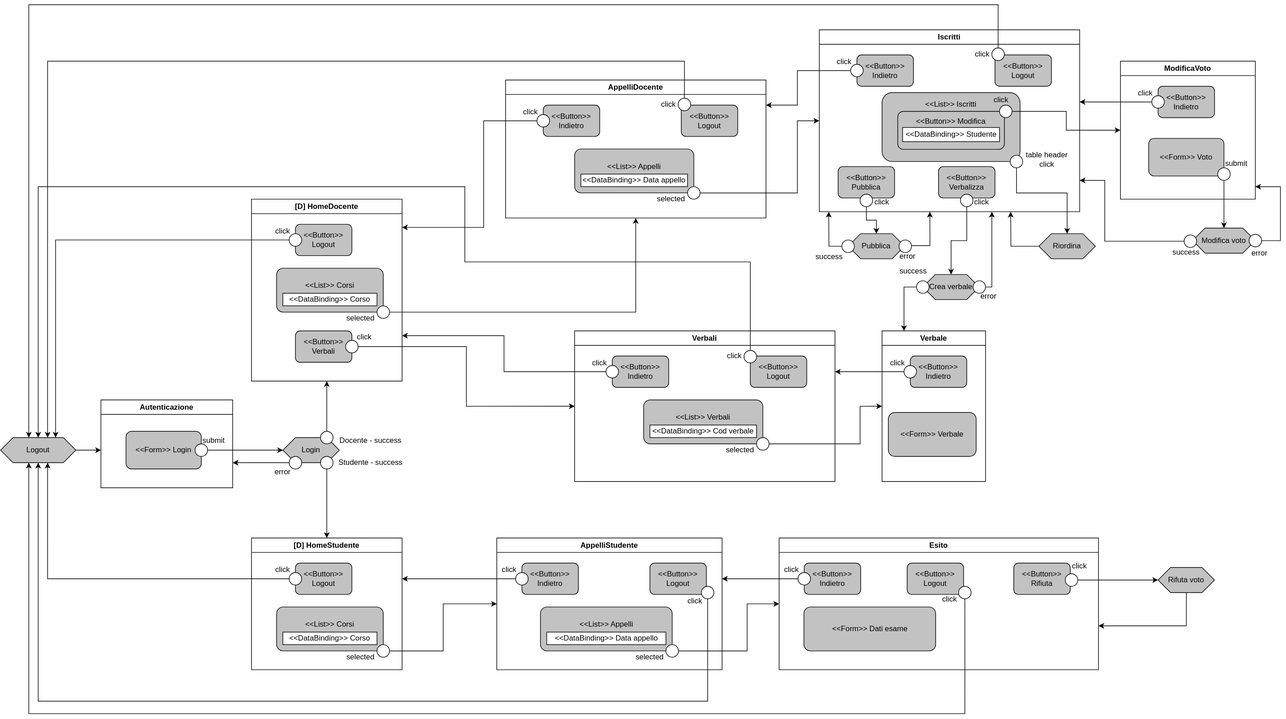
Before: Diagramma IFML pure HTML.svg, a diagram exported from draw.io (StefanoBernardotto/TIW-polimi_24-25). Source tidied: cells renumbered, new cells last; positions are measured from the earlier drawing's top-left corner, leaving out a move shared by most shapes.
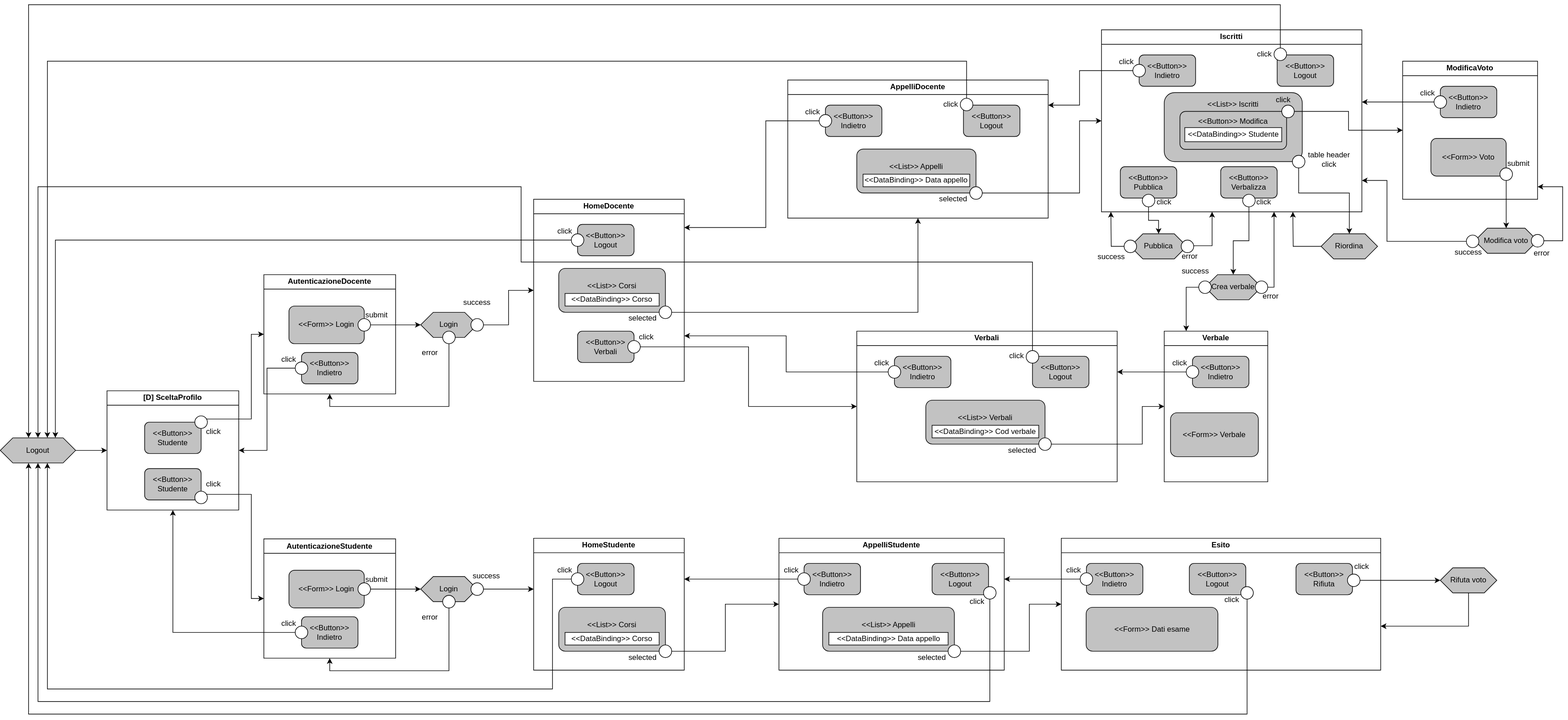
The same diagram one commit later.

The edit, as a diff of the source:
```diff
@@ -5,8 +5,8 @@
     <mxCell id="2" value="&amp;lt;&amp;lt;Form&amp;gt;&amp;gt; Voto" style="rounded=1;whiteSpace=wrap;html=1;fillColor=#C2C2C2;" parent="1" vertex="1">
       <mxGeometry x="1830" y="213" width="120" height="60" as="geometry" />
     </mxCell>
-    <mxCell id="3" value="Autenticazione" style="swimlane;whiteSpace=wrap;html=1;" parent="1" vertex="1">
-      <mxGeometry x="160" y="630" width="210" height="140" as="geometry" />
+    <mxCell id="3" value="AutenticazioneDocente" style="swimlane;whiteSpace=wrap;html=1;startSize=23;" parent="1" vertex="1">
+      <mxGeometry x="-30" y="430" width="210" height="190" as="geometry" />
     </mxCell>
     <mxCell id="4" value="&amp;lt;&amp;lt;Form&amp;gt;&amp;gt; Login" style="rounded=1;whiteSpace=wrap;html=1;fillColor=#C2C2C2;" parent="3" vertex="1">
       <mxGeometry x="40" y="50" width="120" height="60" as="geometry" />
@@ -17,8 +17,17 @@
     <mxCell id="6" value="submit" style="text;html=1;align=center;verticalAlign=middle;whiteSpace=wrap;rounded=0;" parent="3" vertex="1">
       <mxGeometry x="150" y="50" width="60" height="30" as="geometry" />
     </mxCell>
+    <mxCell id="165" value="click" style="text;html=1;align=center;verticalAlign=middle;whiteSpace=wrap;rounded=0;" parent="3" vertex="1">
+      <mxGeometry x="10" y="120" width="60" height="30" as="geometry" />
+    </mxCell>
+    <mxCell id="166" value="&amp;lt;&amp;lt;Button&amp;gt;&amp;gt; Indietro" style="rounded=1;whiteSpace=wrap;html=1;fillColor=#C2C2C2;" parent="3" vertex="1">
+      <mxGeometry x="60" y="124" width="90" height="50" as="geometry" />
+    </mxCell>
+    <mxCell id="167" style="ellipse;whiteSpace=wrap;html=1;shadow=0;" parent="3" vertex="1">
+      <mxGeometry x="50" y="139" width="20" height="20" as="geometry" />
+    </mxCell>
     <mxCell id="7" value="Login" style="shape=hexagon;perimeter=hexagonPerimeter2;whiteSpace=wrap;html=1;fixedSize=1;fillColor=#C2C2C2;" parent="1" vertex="1">
-      <mxGeometry x="450" y="690" width="90" height="40" as="geometry" />
+      <mxGeometry x="220" y="490" width="90" height="40" as="geometry" />
     </mxCell>
     <mxCell id="8" style="edgeStyle=orthogonalEdgeStyle;rounded=0;jettySize=auto;html=1;" parent="1" edge="1" source="5" target="7">
       <mxGeometry relative="1" as="geometry" />
@@ -27,23 +36,26 @@
       <mxGeometry relative="1" as="geometry" />
     </mxCell>
     <mxCell id="10" style="ellipse;whiteSpace=wrap;html=1;" parent="1" vertex="1">
-      <mxGeometry x="510" y="680" width="20" height="20" as="geometry" />
+      <mxGeometry x="300" y="500" width="20" height="20" as="geometry" />
     </mxCell>
-    <mxCell id="11" value="Docente -&amp;nbsp;success" style="text;html=1;align=center;verticalAlign=middle;whiteSpace=wrap;rounded=0;" parent="1" vertex="1">
-      <mxGeometry x="530" y="680" width="120" height="30" as="geometry" />
+    <mxCell id="11" value="success" style="text;html=1;align=center;verticalAlign=middle;whiteSpace=wrap;rounded=0;" parent="1" vertex="1">
+      <mxGeometry x="250" y="460" width="120" height="30" as="geometry" />
     </mxCell>
-    <mxCell id="12" style="edgeStyle=orthogonalEdgeStyle;rounded=0;jettySize=auto;html=1;" parent="1" edge="1" source="13">
+    <mxCell id="12" style="edgeStyle=orthogonalEdgeStyle;rounded=0;jettySize=auto;html=1;entryX=0.5;entryY=1;entryDx=0;entryDy=0;" parent="1" edge="1" source="13" target="3">
       <mxGeometry relative="1" as="geometry">
-        <mxPoint x="370" y="730" as="targetPoint" />
+        <Array as="points">
+          <mxPoint x="265" y="640" />
+          <mxPoint x="75" y="640" />
+        </Array>
       </mxGeometry>
     </mxCell>
     <mxCell id="13" style="ellipse;whiteSpace=wrap;html=1;" parent="1" vertex="1">
-      <mxGeometry x="460" y="720" width="20" height="20" as="geometry" />
+      <mxGeometry x="255" y="520" width="20" height="20" as="geometry" />
     </mxCell>
     <mxCell id="14" value="error" style="text;html=1;align=center;verticalAlign=middle;whiteSpace=wrap;rounded=0;" parent="1" vertex="1">
-      <mxGeometry x="420" y="730" width="60" height="30" as="geometry" />
+      <mxGeometry x="205" y="540" width="60" height="30" as="geometry" />
     </mxCell>
-    <mxCell id="15" value="[D] HomeDocente" style="swimlane;whiteSpace=wrap;html=1;" parent="1" vertex="1">
+    <mxCell id="15" value="HomeDocente" style="swimlane;whiteSpace=wrap;html=1;" parent="1" vertex="1">
       <mxGeometry x="400" y="310" width="240" height="290" as="geometry" />
     </mxCell>
     <mxCell id="16" value="&amp;lt;&amp;lt;List&amp;gt;&amp;gt; Corsi&lt;div&gt;&lt;br&gt;&lt;/div&gt;" style="rounded=1;whiteSpace=wrap;html=1;fillColor=#C2C2C2;" parent="15" vertex="1">
@@ -76,15 +88,6 @@
     <mxCell id="25" value="click" style="text;html=1;align=center;verticalAlign=middle;whiteSpace=wrap;rounded=0;" parent="15" vertex="1">
       <mxGeometry x="150" y="205" width="60" height="30" as="geometry" />
     </mxCell>
-    <mxCell id="26" style="edgeStyle=orthogonalEdgeStyle;rounded=0;jettySize=auto;html=1;" parent="1" edge="1" source="27" target="115">
-      <mxGeometry relative="1" as="geometry" />
-    </mxCell>
-    <mxCell id="27" style="ellipse;whiteSpace=wrap;html=1;" parent="1" vertex="1">
-      <mxGeometry x="510" y="720" width="20" height="20" as="geometry" />
-    </mxCell>
-    <mxCell id="28" value="Studente -&amp;nbsp;success" style="text;html=1;align=center;verticalAlign=middle;whiteSpace=wrap;rounded=0;" parent="1" vertex="1">
-      <mxGeometry x="530" y="715" width="120" height="30" as="geometry" />
-    </mxCell>
     <mxCell id="29" value="AppelliDocente" style="swimlane;whiteSpace=wrap;html=1;startSize=23;" parent="1" vertex="1">
       <mxGeometry x="805" y="120" width="415" height="220" as="geometry" />
     </mxCell>
@@ -393,7 +396,7 @@
     <mxCell id="114" value="success" style="text;html=1;align=center;verticalAlign=middle;whiteSpace=wrap;rounded=0;" parent="1" vertex="1">
       <mxGeometry x="1425" y="410" width="60" height="30" as="geometry" />
     </mxCell>
-    <mxCell id="115" value="[D] HomeStudente" style="swimlane;whiteSpace=wrap;html=1;" parent="1" vertex="1">
+    <mxCell id="115" value="HomeStudente" style="swimlane;whiteSpace=wrap;html=1;" parent="1" vertex="1">
       <mxGeometry x="400" y="850" width="240" height="210" as="geometry" />
     </mxCell>
     <mxCell id="116" value="&amp;lt;&amp;lt;List&amp;gt;&amp;gt; Corsi&lt;div&gt;&lt;br&gt;&lt;/div&gt;" style="rounded=1;whiteSpace=wrap;html=1;fillColor=#C2C2C2;" parent="115" vertex="1">
@@ -418,18 +421,19 @@
       <mxGeometry x="60" y="55" width="20" height="20" as="geometry" />
     </mxCell>
     <mxCell id="123" style="edgeStyle=orthogonalEdgeStyle;rounded=0;jettySize=auto;html=1;entryX=0.625;entryY=1;entryDx=0;entryDy=0;" parent="1" edge="1" source="122" target="125">
-      <mxGeometry relative="1" as="geometry" />
+      <mxGeometry relative="1" as="geometry">
+        <Array as="points">
+          <mxPoint x="430" y="915" />
+          <mxPoint x="430" y="1090" />
+          <mxPoint x="-375" y="1090" />
+        </Array>
+      </mxGeometry>
     </mxCell>
-    <mxCell id="124" style="edgeStyle=orthogonalEdgeStyle;rounded=0;jettySize=auto;html=1;" parent="1" edge="1" source="125" target="3">
-      <mxGeometry relative="1" as="geometry">
-        <Array as="points">
-          <mxPoint x="150" y="710" />
-          <mxPoint x="150" y="710" />
-        </Array>
-      </mxGeometry>
-    </mxCell>
+    <mxCell id="168" style="edgeStyle=orthogonalEdgeStyle;rounded=0;jettySize=auto;html=1;" parent="1" edge="1" source="125" target="184">
+      <mxGeometry relative="1" as="geometry" />
+    </mxCell>
     <mxCell id="125" value="Logout" style="shape=hexagon;perimeter=hexagonPerimeter2;whiteSpace=wrap;html=1;fixedSize=1;fillColor=#C2C2C2;" parent="1" vertex="1">
-      <mxGeometry y="690" width="120" height="40" as="geometry" />
+      <mxGeometry x="-450" y="690" width="120" height="40" as="geometry" />
     </mxCell>
     <mxCell id="126" style="edgeStyle=orthogonalEdgeStyle;rounded=0;jettySize=auto;html=1;entryX=0.731;entryY=-0.001;entryDx=0;entryDy=0;entryPerimeter=0;" parent="1" edge="1" source="22" target="125">
       <mxGeometry relative="1" as="geometry" />
@@ -437,16 +441,16 @@
     <mxCell id="127" style="edgeStyle=orthogonalEdgeStyle;rounded=0;jettySize=auto;html=1;entryX=0.625;entryY=0;entryDx=0;entryDy=0;" parent="1" edge="1" source="36" target="125">
       <mxGeometry relative="1" as="geometry">
         <Array as="points">
-          <mxPoint x="1090" y="90" />
-          <mxPoint x="75" y="90" />
+          <mxPoint x="790" y="90" />
+          <mxPoint x="-225" y="90" />
         </Array>
       </mxGeometry>
     </mxCell>
     <mxCell id="128" style="edgeStyle=orthogonalEdgeStyle;rounded=0;jettySize=auto;html=1;entryX=0.375;entryY=0;entryDx=0;entryDy=0;" parent="1" edge="1" source="58" target="125">
       <mxGeometry relative="1" as="geometry">
         <Array as="points">
-          <mxPoint x="1590" />
-          <mxPoint x="45" />
+          <mxPoint x="1290" />
+          <mxPoint x="-255" />
         </Array>
       </mxGeometry>
     </mxCell>
@@ -454,9 +458,9 @@
       <mxGeometry relative="1" as="geometry">
         <Array as="points">
           <mxPoint x="1195" y="410" />
-          <mxPoint x="740" y="410" />
-          <mxPoint x="740" y="290" />
-          <mxPoint x="60" y="290" />
+          <mxPoint x="380" y="410" />
+          <mxPoint x="380" y="290" />
+          <mxPoint x="-390" y="290" />
         </Array>
       </mxGeometry>
     </mxCell>
@@ -504,8 +508,8 @@
     <mxCell id="142" style="edgeStyle=orthogonalEdgeStyle;rounded=0;jettySize=auto;html=1;entryX=0.5;entryY=1;entryDx=0;entryDy=0;" parent="1" edge="1" source="137" target="125">
       <mxGeometry relative="1" as="geometry">
         <Array as="points">
-          <mxPoint x="1127" y="1110" />
-          <mxPoint x="60" y="1110" />
+          <mxPoint x="827" y="1110" />
+          <mxPoint x="-240" y="1110" />
         </Array>
       </mxGeometry>
     </mxCell>
@@ -555,8 +559,8 @@
     <mxCell id="155" style="edgeStyle=orthogonalEdgeStyle;rounded=0;jettySize=auto;html=1;entryX=0.375;entryY=1;entryDx=0;entryDy=0;" parent="1" edge="1" source="148" target="125">
       <mxGeometry relative="1" as="geometry">
         <Array as="points">
-          <mxPoint x="1537" y="1130" />
-          <mxPoint x="45" y="1130" />
+          <mxPoint x="1237" y="1130" />
+          <mxPoint x="-255" y="1130" />
         </Array>
       </mxGeometry>
     </mxCell>
@@ -601,5 +605,100 @@
     <mxCell id="164" style="edgeStyle=orthogonalEdgeStyle;rounded=0;jettySize=auto;html=1;entryX=0.5;entryY=0;entryDx=0;entryDy=0;" parent="1" edge="1" source="77" target="78">
       <mxGeometry relative="1" as="geometry" />
     </mxCell>
+    <mxCell id="169" value="AutenticazioneStudente" style="swimlane;whiteSpace=wrap;html=1;startSize=23;" parent="1" vertex="1">
+      <mxGeometry x="-30" y="851" width="210" height="190" as="geometry" />
+    </mxCell>
+    <mxCell id="170" value="&amp;lt;&amp;lt;Form&amp;gt;&amp;gt; Login" style="rounded=1;whiteSpace=wrap;html=1;fillColor=#C2C2C2;" parent="169" vertex="1">
+      <mxGeometry x="40" y="50" width="120" height="60" as="geometry" />
+    </mxCell>
+    <mxCell id="171" style="ellipse;whiteSpace=wrap;html=1;" parent="169" vertex="1">
+      <mxGeometry x="150" y="70" width="20" height="20" as="geometry" />
+    </mxCell>
+    <mxCell id="172" value="submit" style="text;html=1;align=center;verticalAlign=middle;whiteSpace=wrap;rounded=0;" parent="169" vertex="1">
+      <mxGeometry x="150" y="50" width="60" height="30" as="geometry" />
+    </mxCell>
+    <mxCell id="173" value="click" style="text;html=1;align=center;verticalAlign=middle;whiteSpace=wrap;rounded=0;" parent="169" vertex="1">
+      <mxGeometry x="10" y="120" width="60" height="30" as="geometry" />
+    </mxCell>
+    <mxCell id="174" value="&amp;lt;&amp;lt;Button&amp;gt;&amp;gt; Indietro" style="rounded=1;whiteSpace=wrap;html=1;fillColor=#C2C2C2;" parent="169" vertex="1">
+      <mxGeometry x="60" y="124" width="90" height="50" as="geometry" />
+    </mxCell>
+    <mxCell id="175" style="ellipse;whiteSpace=wrap;html=1;shadow=0;" parent="169" vertex="1">
+      <mxGeometry x="50" y="139" width="20" height="20" as="geometry" />
+    </mxCell>
+    <mxCell id="176" value="Login" style="shape=hexagon;perimeter=hexagonPerimeter2;whiteSpace=wrap;html=1;fixedSize=1;fillColor=#C2C2C2;" parent="1" vertex="1">
+      <mxGeometry x="220" y="911" width="90" height="40" as="geometry" />
+    </mxCell>
+    <mxCell id="177" style="edgeStyle=orthogonalEdgeStyle;rounded=0;jettySize=auto;html=1;" parent="1" edge="1" source="171" target="176">
+      <mxGeometry relative="1" as="geometry" />
+    </mxCell>
+    <mxCell id="178" style="edgeStyle=orthogonalEdgeStyle;rounded=0;jettySize=auto;html=1;" parent="1" edge="1" source="179">
+      <mxGeometry relative="1" as="geometry">
+        <mxPoint x="400" y="931" as="targetPoint" />
+      </mxGeometry>
+    </mxCell>
+    <mxCell id="179" style="ellipse;whiteSpace=wrap;html=1;" parent="1" vertex="1">
+      <mxGeometry x="300" y="921" width="20" height="20" as="geometry" />
+    </mxCell>
+    <mxCell id="180" style="edgeStyle=orthogonalEdgeStyle;rounded=0;jettySize=auto;html=1;entryX=0.5;entryY=1;entryDx=0;entryDy=0;" parent="1" edge="1" source="181" target="169">
+      <mxGeometry relative="1" as="geometry">
+        <Array as="points">
+          <mxPoint x="265" y="1061" />
+          <mxPoint x="75" y="1061" />
+        </Array>
+      </mxGeometry>
+    </mxCell>
+    <mxCell id="181" style="ellipse;whiteSpace=wrap;html=1;" parent="1" vertex="1">
+      <mxGeometry x="255" y="941" width="20" height="20" as="geometry" />
+    </mxCell>
+    <mxCell id="182" value="error" style="text;html=1;align=center;verticalAlign=middle;whiteSpace=wrap;rounded=0;" parent="1" vertex="1">
+      <mxGeometry x="205" y="961" width="60" height="30" as="geometry" />
+    </mxCell>
+    <mxCell id="183" value="success" style="text;html=1;align=center;verticalAlign=middle;whiteSpace=wrap;rounded=0;" parent="1" vertex="1">
+      <mxGeometry x="265" y="895" width="120" height="30" as="geometry" />
+    </mxCell>
+    <mxCell id="184" value="[D] SceltaProfilo" style="swimlane;whiteSpace=wrap;html=1;startSize=23;" parent="1" vertex="1">
+      <mxGeometry x="-280" y="615" width="210" height="190" as="geometry" />
+    </mxCell>
+    <mxCell id="185" value="click" style="text;html=1;align=center;verticalAlign=middle;whiteSpace=wrap;rounded=0;" parent="184" vertex="1">
+      <mxGeometry x="140" y="134" width="60" height="30" as="geometry" />
+    </mxCell>
+    <mxCell id="186" value="&amp;lt;&amp;lt;Button&amp;gt;&amp;gt; Studente" style="rounded=1;whiteSpace=wrap;html=1;fillColor=#C2C2C2;" parent="184" vertex="1">
+      <mxGeometry x="60" y="124" width="90" height="50" as="geometry" />
+    </mxCell>
+    <mxCell id="187" style="ellipse;whiteSpace=wrap;html=1;shadow=0;" parent="184" vertex="1">
+      <mxGeometry x="140" y="160" width="20" height="20" as="geometry" />
+    </mxCell>
+    <mxCell id="188" value="click" style="text;html=1;align=center;verticalAlign=middle;whiteSpace=wrap;rounded=0;" parent="184" vertex="1">
+      <mxGeometry x="140" y="50" width="60" height="30" as="geometry" />
+    </mxCell>
+    <mxCell id="189" value="&amp;lt;&amp;lt;Button&amp;gt;&amp;gt; Studente" style="rounded=1;whiteSpace=wrap;html=1;fillColor=#C2C2C2;" parent="184" vertex="1">
+      <mxGeometry x="60" y="50" width="90" height="50" as="geometry" />
+    </mxCell>
+    <mxCell id="190" style="ellipse;whiteSpace=wrap;html=1;shadow=0;" parent="184" vertex="1">
+      <mxGeometry x="140" y="40" width="20" height="20" as="geometry" />
+    </mxCell>
+    <mxCell id="191" style="edgeStyle=orthogonalEdgeStyle;rounded=0;jettySize=auto;html=1;entryX=0;entryY=0.5;entryDx=0;entryDy=0;" parent="1" edge="1" source="187" target="169">
+      <mxGeometry relative="1" as="geometry">
+        <Array as="points">
+          <mxPoint x="-50" y="780" />
+          <mxPoint x="-50" y="946" />
+        </Array>
+      </mxGeometry>
+    </mxCell>
+    <mxCell id="192" style="edgeStyle=orthogonalEdgeStyle;rounded=0;jettySize=auto;html=1;entryX=0;entryY=0.5;entryDx=0;entryDy=0;" parent="1" edge="1" source="190" target="3">
+      <mxGeometry relative="1" as="geometry">
+        <Array as="points">
+          <mxPoint x="-50" y="660" />
+          <mxPoint x="-50" y="525" />
+        </Array>
+      </mxGeometry>
+    </mxCell>
+    <mxCell id="193" style="edgeStyle=orthogonalEdgeStyle;rounded=0;jettySize=auto;html=1;entryX=1;entryY=0.5;entryDx=0;entryDy=0;" parent="1" edge="1" source="167" target="184">
+      <mxGeometry relative="1" as="geometry" />
+    </mxCell>
+    <mxCell id="194" style="edgeStyle=orthogonalEdgeStyle;rounded=0;jettySize=auto;html=1;" parent="1" edge="1" source="175" target="184">
+      <mxGeometry relative="1" as="geometry" />
+    </mxCell>
   </root>
 </mxGraphModel>
```
